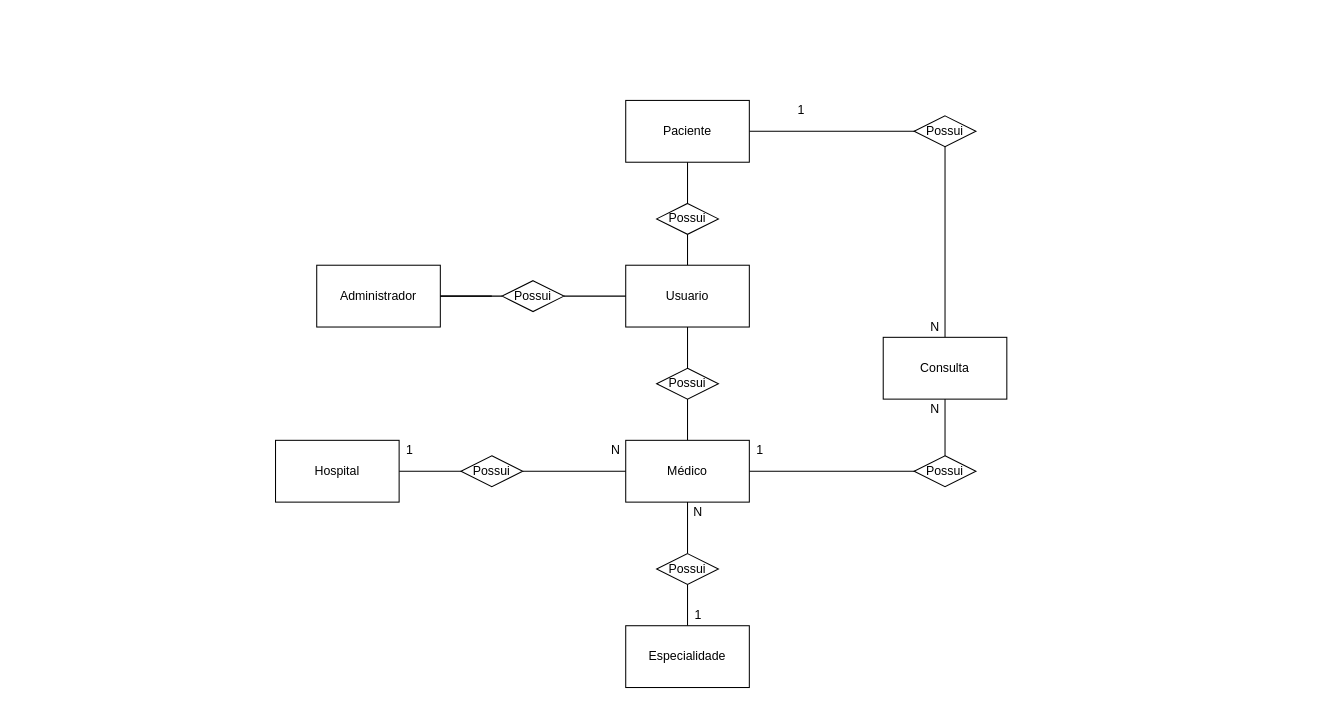
Before: page "Conceitual" (1 of 2) of Modelagem/SpMedGroup.drawio in MBrazz/Senai_SpMedGroup_Sprint1_BD_Tarde_MateusBraz, a draw.io diagram. Source tidied: cells renumbered, new cells numbered last; positions are measured from the earlier drawing's top-left corner, leaving out a move shared by most shapes. Both pictures are drawn from the tidied source at 103%, with x=0, y=0 at pixel (275, 100).
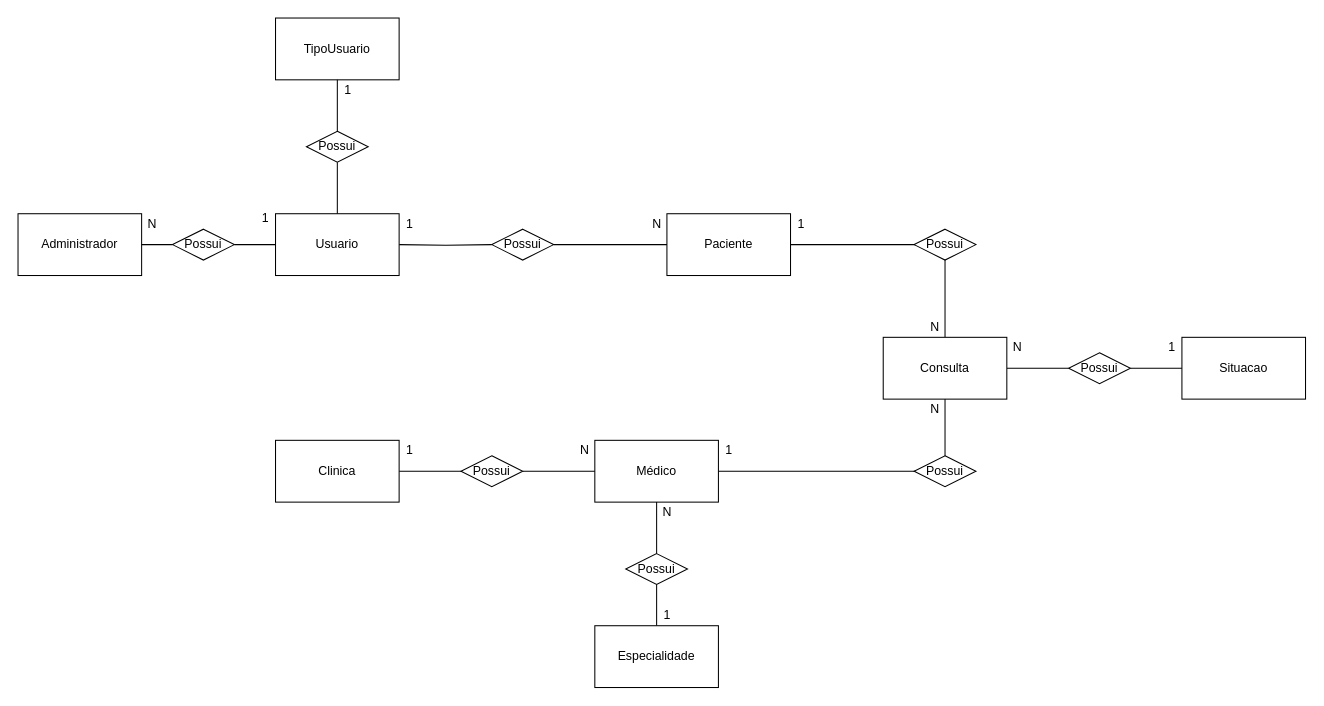
Above is the later version.

The change refers to these unchanged cells:
```xml
<mxCell id="9" value="Consulta" style="rounded=0;whiteSpace=wrap;html=1;" parent="1" vertex="1">
  <mxGeometry x="590" y="230" width="120" height="60" as="geometry" />
</mxCell>
```

What changed in the source:
```diff
@@
-    <mxCell id="3" style="edgeStyle=orthogonalEdgeStyle;rounded=0;jettySize=auto;html=1;entryX=0.5;entryY=1;entryDx=0;entryDy=0;endArrow=none;endFill=0;" parent="1" edge="1" source="4" target="34">
-      <mxGeometry relative="1" as="geometry" />
-    </mxCell>
     <mxCell id="4" value="Médico" style="rounded=0;whiteSpace=wrap;html=1;" parent="1" vertex="1">
-      <mxGeometry x="340" y="330" width="120" height="60" as="geometry" />
+      <mxGeometry x="310" y="330" width="120" height="60" as="geometry" />
     </mxCell>
@@
     <mxCell id="6" value="Especialidade" style="rounded=0;whiteSpace=wrap;html=1;" parent="1" vertex="1">
-      <mxGeometry x="340" y="510" width="120" height="60" as="geometry" />
+      <mxGeometry x="310" y="510" width="120" height="60" as="geometry" />
     </mxCell>
@@
     <mxCell id="8" value="Paciente" style="rounded=0;whiteSpace=wrap;html=1;" parent="1" vertex="1">
-      <mxGeometry x="340" width="120" height="60" as="geometry" />
+      <mxGeometry x="380" y="110" width="120" height="60" as="geometry" />
     </mxCell>
+    <mxCell id="37" style="edgeStyle=orthogonalEdgeStyle;rounded=0;jettySize=auto;html=1;entryX=0;entryY=0.5;entryDx=0;entryDy=0;endArrow=none;endFill=0;" parent="1" edge="1" source="9" target="55">
+      <mxGeometry relative="1" as="geometry" />
+    </mxCell>
@@
-    <mxCell id="10" style="edgeStyle=orthogonalEdgeStyle;rounded=0;jettySize=auto;html=1;entryX=0.5;entryY=1;entryDx=0;entryDy=0;endArrow=none;endFill=0;" parent="1" edge="1" source="12" target="36">
-      <mxGeometry relative="1" as="geometry" />
-    </mxCell>
-    <mxCell id="11" style="edgeStyle=orthogonalEdgeStyle;rounded=0;jettySize=auto;html=1;endArrow=none;endFill=0;" parent="1" edge="1" source="12" target="34">
-      <mxGeometry relative="1" as="geometry" />
-    </mxCell>
-    <mxCell id="12" value="Usuario" style="rounded=0;whiteSpace=wrap;html=1;" parent="1" vertex="1">
-      <mxGeometry x="340" y="160" width="120" height="60" as="geometry" />
-    </mxCell>
@@
-    <mxCell id="14" value="Hospital" style="rounded=0;whiteSpace=wrap;html=1;" parent="1" vertex="1">
+    <mxCell id="14" value="Clinica" style="rounded=0;whiteSpace=wrap;html=1;" parent="1" vertex="1">
       <mxGeometry y="330" width="120" height="60" as="geometry" />
     </mxCell>
+    <mxCell id="38" value="N" style="text;html=1;align=center;verticalAlign=middle;" parent="1" vertex="1">
+      <mxGeometry x="360" y="110" width="20" height="20" as="geometry" />
+    </mxCell>
     <mxCell id="15" value="1" style="text;html=1;align=center;verticalAlign=middle;" parent="1" vertex="1">
-      <mxGeometry x="500" width="20" height="20" as="geometry" />
+      <mxGeometry x="500" y="110" width="20" height="20" as="geometry" />
     </mxCell>
@@
     <mxCell id="18" value="1" style="text;html=1;align=center;verticalAlign=middle;" parent="1" vertex="1">
-      <mxGeometry x="400" y="490" width="20" height="20" as="geometry" />
+      <mxGeometry x="370" y="490" width="20" height="20" as="geometry" />
     </mxCell>
     <mxCell id="19" value="N" style="text;html=1;align=center;verticalAlign=middle;" parent="1" vertex="1">
-      <mxGeometry x="320" y="330" width="20" height="20" as="geometry" />
+      <mxGeometry x="290" y="330" width="20" height="20" as="geometry" />
     </mxCell>
     <mxCell id="20" value="1" style="text;html=1;align=center;verticalAlign=middle;" parent="1" vertex="1">
-      <mxGeometry x="460" y="330" width="20" height="20" as="geometry" />
+      <mxGeometry x="430" y="330" width="20" height="20" as="geometry" />
     </mxCell>
@@
+    <mxCell id="39" style="edgeStyle=orthogonalEdgeStyle;rounded=0;jettySize=auto;html=1;entryX=0;entryY=0.5;entryDx=0;entryDy=0;endArrow=none;endFill=0;" parent="1" edge="1" source="40" target="8">
+      <mxGeometry relative="1" as="geometry" />
+    </mxCell>
+    <mxCell id="40" value="Possui" style="rhombus;whiteSpace=wrap;html=1;" parent="1" vertex="1">
+      <mxGeometry x="210" y="125" width="60" height="30" as="geometry" />
+    </mxCell>
+    <mxCell id="41" style="edgeStyle=orthogonalEdgeStyle;rounded=0;jettySize=auto;html=1;endArrow=none;endFill=0;" parent="1" edge="1" target="40">
+      <mxGeometry relative="1" as="geometry">
+        <mxPoint x="120" y="140" as="sourcePoint" />
+      </mxGeometry>
+    </mxCell>
     <mxCell id="22" value="Possui" style="rhombus;whiteSpace=wrap;html=1;" parent="1" vertex="1">
-      <mxGeometry x="620" y="15" width="60" height="30" as="geometry" />
+      <mxGeometry x="620" y="125" width="60" height="30" as="geometry" />
     </mxCell>
@@
     <mxCell id="27" value="Possui" style="rhombus;whiteSpace=wrap;html=1;" parent="1" vertex="1">
-      <mxGeometry x="370" y="440" width="60" height="30" as="geometry" />
+      <mxGeometry x="340" y="440" width="60" height="30" as="geometry" />
     </mxCell>
     <mxCell id="28" value="N" style="text;html=1;align=center;verticalAlign=middle;" parent="1" vertex="1">
-      <mxGeometry x="400" y="390" width="20" height="20" as="geometry" />
+      <mxGeometry x="370" y="390" width="20" height="20" as="geometry" />
     </mxCell>
-    <mxCell id="29" style="edgeStyle=orthogonalEdgeStyle;rounded=0;jettySize=auto;html=1;endArrow=none;endFill=0;" parent="1" edge="1" source="30">
-      <mxGeometry relative="1" as="geometry">
-        <mxPoint x="210" y="190" as="targetPoint" />
-      </mxGeometry>
-    </mxCell>
+    <mxCell id="12" value="Usuario" style="rounded=0;whiteSpace=wrap;html=1;" parent="1" vertex="1">
+      <mxGeometry y="110" width="120" height="60" as="geometry" />
+    </mxCell>
+    <mxCell id="42" value="TipoUsuario" style="rounded=0;whiteSpace=wrap;html=1;" parent="1" vertex="1">
+      <mxGeometry y="-80" width="120" height="60" as="geometry" />
+    </mxCell>
     <mxCell id="30" value="Administrador" style="rounded=0;whiteSpace=wrap;html=1;" parent="1" vertex="1">
-      <mxGeometry x="40" y="160" width="120" height="60" as="geometry" />
+      <mxGeometry x="-250" y="110" width="120" height="60" as="geometry" />
     </mxCell>
-    <mxCell id="31" style="edgeStyle=orthogonalEdgeStyle;rounded=0;jettySize=auto;html=1;entryX=0;entryY=0.5;entryDx=0;entryDy=0;endArrow=none;endFill=0;" parent="1" edge="1" source="33" target="12">
-      <mxGeometry relative="1" as="geometry" />
-    </mxCell>
-    <mxCell id="32" style="edgeStyle=orthogonalEdgeStyle;rounded=0;jettySize=auto;html=1;endArrow=none;endFill=0;" parent="1" edge="1" source="33" target="30">
-      <mxGeometry relative="1" as="geometry" />
-    </mxCell>
-    <mxCell id="33" value="Possui" style="rhombus;whiteSpace=wrap;html=1;" parent="1" vertex="1">
-      <mxGeometry x="220" y="175" width="60" height="30" as="geometry" />
-    </mxCell>
-    <mxCell id="34" value="Possui" style="rhombus;whiteSpace=wrap;html=1;" parent="1" vertex="1">
-      <mxGeometry x="370" y="260" width="60" height="30" as="geometry" />
-    </mxCell>
-    <mxCell id="35" style="edgeStyle=orthogonalEdgeStyle;rounded=0;jettySize=auto;html=1;entryX=0.5;entryY=1;entryDx=0;entryDy=0;endArrow=none;endFill=0;" parent="1" edge="1" source="36" target="8">
-      <mxGeometry relative="1" as="geometry" />
-    </mxCell>
-    <mxCell id="36" value="Possui" style="rhombus;whiteSpace=wrap;html=1;" parent="1" vertex="1">
-      <mxGeometry x="370" y="100" width="60" height="30" as="geometry" />
-    </mxCell>
+    <mxCell id="43" style="edgeStyle=orthogonalEdgeStyle;rounded=0;jettySize=auto;html=1;entryX=0;entryY=0.5;entryDx=0;entryDy=0;endArrow=none;endFill=0;" parent="1" edge="1" source="44" target="12">
+      <mxGeometry relative="1" as="geometry" />
+    </mxCell>
+    <mxCell id="44" value="Possui" style="rhombus;whiteSpace=wrap;html=1;" parent="1" vertex="1">
+      <mxGeometry x="-100" y="125" width="60" height="30" as="geometry" />
+    </mxCell>
+    <mxCell id="45" style="edgeStyle=orthogonalEdgeStyle;rounded=0;jettySize=auto;html=1;endArrow=none;endFill=0;exitX=1;exitY=0.5;exitDx=0;exitDy=0;" parent="1" edge="1" source="30" target="44">
+      <mxGeometry relative="1" as="geometry" />
+    </mxCell>
+    <mxCell id="46" value="N" style="text;html=1;align=center;verticalAlign=middle;" parent="1" vertex="1">
+      <mxGeometry x="-130" y="110" width="20" height="20" as="geometry" />
+    </mxCell>
+    <mxCell id="47" value="1" style="text;html=1;align=center;verticalAlign=middle;" parent="1" vertex="1">
+      <mxGeometry x="-20" y="105" width="20" height="20" as="geometry" />
+    </mxCell>
+    <mxCell id="48" style="edgeStyle=orthogonalEdgeStyle;rounded=0;jettySize=auto;html=1;endArrow=none;endFill=0;entryX=0.5;entryY=1;entryDx=0;entryDy=0;" parent="1" edge="1" source="50" target="42">
+      <mxGeometry relative="1" as="geometry" />
+    </mxCell>
+    <mxCell id="49" style="edgeStyle=orthogonalEdgeStyle;rounded=0;jettySize=auto;html=1;endArrow=none;endFill=0;" parent="1" edge="1" source="50" target="12">
+      <mxGeometry relative="1" as="geometry" />
+    </mxCell>
+    <mxCell id="50" value="Possui" style="rhombus;whiteSpace=wrap;html=1;" parent="1" vertex="1">
+      <mxGeometry x="30" y="30" width="60" height="30" as="geometry" />
+    </mxCell>
+    <mxCell id="51" value="1" style="text;html=1;align=center;verticalAlign=middle;" parent="1" vertex="1">
+      <mxGeometry x="60" y="-20" width="20" height="20" as="geometry" />
+    </mxCell>
+    <mxCell id="52" value="1" style="text;html=1;align=center;verticalAlign=middle;" parent="1" vertex="1">
+      <mxGeometry x="120" y="110" width="20" height="20" as="geometry" />
+    </mxCell>
+    <mxCell id="53" value="Situacao" style="rounded=0;whiteSpace=wrap;html=1;" parent="1" vertex="1">
+      <mxGeometry x="880" y="230" width="120" height="60" as="geometry" />
+    </mxCell>
+    <mxCell id="54" style="edgeStyle=orthogonalEdgeStyle;rounded=0;jettySize=auto;html=1;entryX=0;entryY=0.5;entryDx=0;entryDy=0;endArrow=none;endFill=0;" parent="1" edge="1" source="55" target="53">
+      <mxGeometry relative="1" as="geometry" />
+    </mxCell>
+    <mxCell id="55" value="Possui" style="rhombus;whiteSpace=wrap;html=1;" parent="1" vertex="1">
+      <mxGeometry x="770" y="245" width="60" height="30" as="geometry" />
+    </mxCell>
+    <mxCell id="56" value="N" style="text;html=1;align=center;verticalAlign=middle;" parent="1" vertex="1">
+      <mxGeometry x="710" y="230" width="20" height="20" as="geometry" />
+    </mxCell>
+    <mxCell id="57" value="1" style="text;html=1;align=center;verticalAlign=middle;" parent="1" vertex="1">
+      <mxGeometry x="860" y="230" width="20" height="20" as="geometry" />
+    </mxCell>
```
